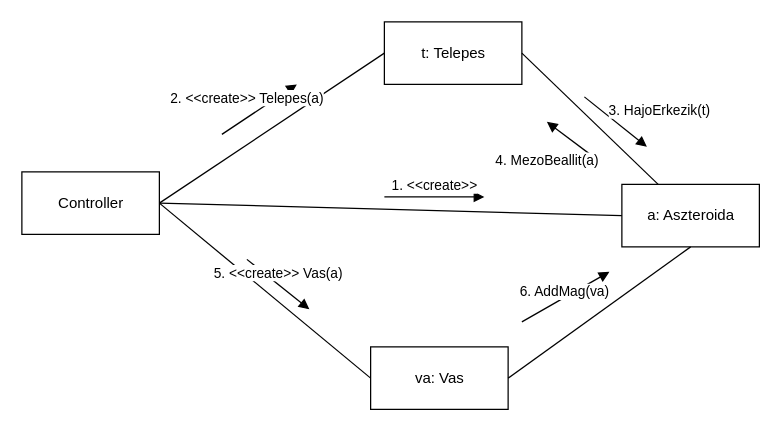
This is page "vas" (1 of 4) of doc/kommunikacio/kom_TelepesBanyasz.drawio from torpeBoiGo/aszteroidabanyaszat, a draw.io file, before an edit. Source tidied: cells renumbered, new cells numbered last; positions are measured from the earlier drawing's top-left corner, leaving out a move shared by most shapes. Both pictures are drawn from the tidied source at 125%, with x=0, y=0 at pixel (21, 21).
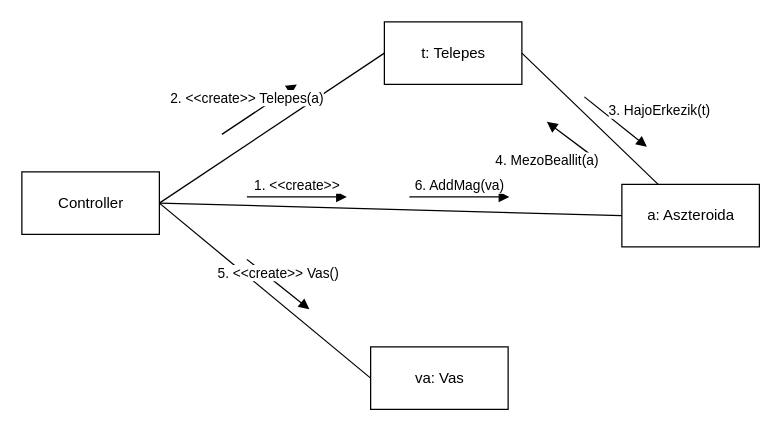
Above is the later version.

Unchanged cells that the change refers to:
```xml
<mxCell id="4" value="a: Aszteroida" style="html=1;" parent="1" vertex="1">
  <mxGeometry x="480" y="130" width="110" height="50" as="geometry" />
</mxCell>
<mxCell id="12" value="va: Vas" style="html=1;" parent="1" vertex="1">
  <mxGeometry x="279" y="260" width="110" height="50" as="geometry" />
</mxCell>
```

Diff of the diagram source:
```diff
@@
     <mxCell id="7" value="1. &amp;lt;&amp;lt;create&amp;gt;&amp;gt;" style="html=1;verticalAlign=bottom;endArrow=block;" parent="1" edge="1">
       <mxGeometry relative="1" as="geometry">
-        <mxPoint x="290" y="140" as="sourcePoint" />
-        <mxPoint x="370" y="140" as="targetPoint" />
+        <mxPoint x="180" y="140" as="sourcePoint" />
+        <mxPoint x="260" y="140" as="targetPoint" />
       </mxGeometry>
     </mxCell>
@@
-    <mxCell id="14" style="endArrow=none;html=1;exitX=1;exitY=0.5;exitDx=0;exitDy=0;entryX=0.5;entryY=1;entryDx=0;entryDy=0;" parent="1" edge="1" source="12" target="4">
-      <mxGeometry relative="1" as="geometry" />
-    </mxCell>
-    <mxCell id="15" value="5. &amp;lt;&amp;lt;create&amp;gt;&amp;gt; Vas(a)" style="html=1;verticalAlign=bottom;endArrow=block;" parent="1" edge="1">
+    <mxCell id="15" value="5. &amp;lt;&amp;lt;create&amp;gt;&amp;gt; Vas()" style="html=1;verticalAlign=bottom;endArrow=block;" parent="1" edge="1">
       <mxGeometry relative="1" as="geometry">
         <mxPoint x="180" y="190" as="sourcePoint" />
         <mxPoint x="230" y="230" as="targetPoint" />
       </mxGeometry>
     </mxCell>
     <mxCell id="16" value="6. AddMag(va)" style="html=1;verticalAlign=bottom;endArrow=block;" parent="1" edge="1">
-      <mxGeometry x="-0.07" y="-4" relative="1" as="geometry">
-        <mxPoint x="400" y="240" as="sourcePoint" />
-        <mxPoint x="470" y="200" as="targetPoint" />
+      <mxGeometry relative="1" as="geometry">
+        <mxPoint x="310" y="140" as="sourcePoint" />
+        <mxPoint x="390" y="140" as="targetPoint" />
       </mxGeometry>
     </mxCell>
```
